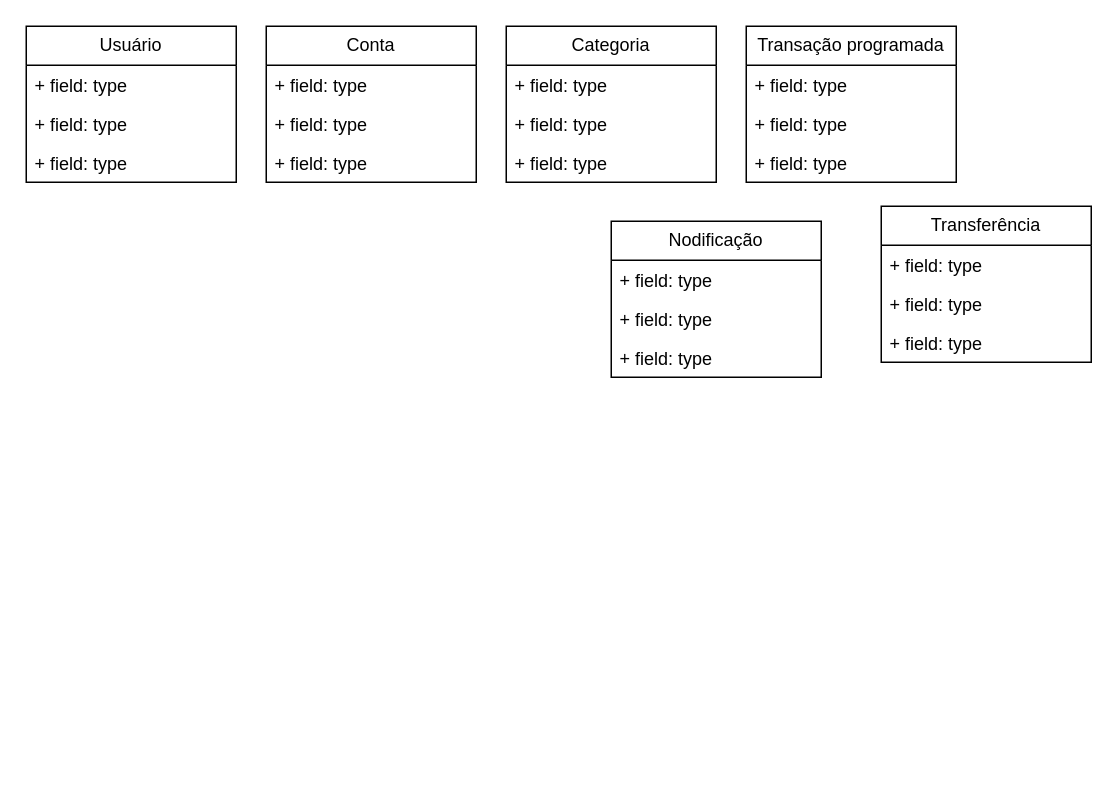
Above: page "Diagrama de classes" (3 of 5) of TrabalhoEngenhariaSoftware.drawio in brunanoroes/Trabalho-eng-soft (draw.io), before the change. Source tidied: cells renumbered, new cells numbered last; positions are measured from the earlier drawing's top-left corner, leaving out a move shared by most shapes. Both pictures are drawn from the tidied source at 150%, with x=0, y=0 at pixel (26, 26).
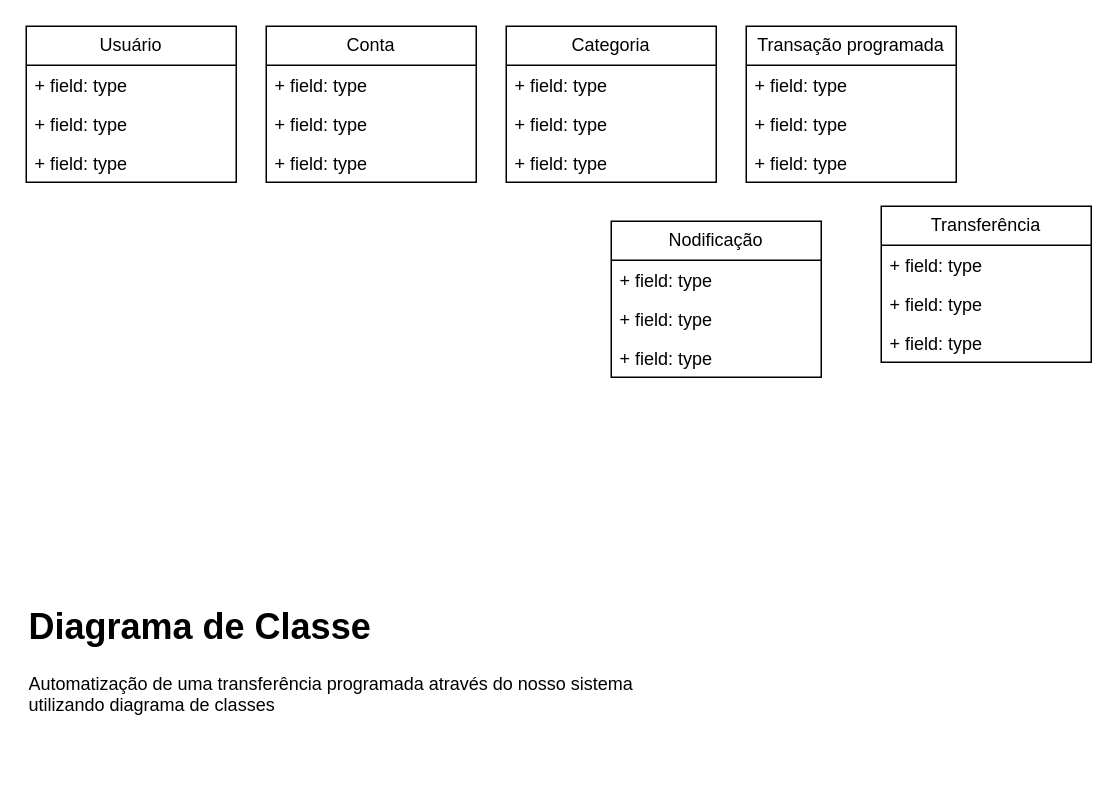
Above is the later version.

Diff of the diagram source:
```diff
@@
+    <mxCell id="26" value="&lt;h1 style=&quot;margin-top: 0px;&quot;&gt;Diagrama de Classe&lt;/h1&gt;&lt;p&gt;Automatização de uma transferência programada através do nosso sistema utilizando diagrama de classes&lt;/p&gt;" style="text;html=1;whiteSpace=wrap;overflow=hidden;rounded=0;" parent="1" vertex="1">
+      <mxGeometry y="380" width="420" height="120" as="geometry" />
+    </mxCell>
```
